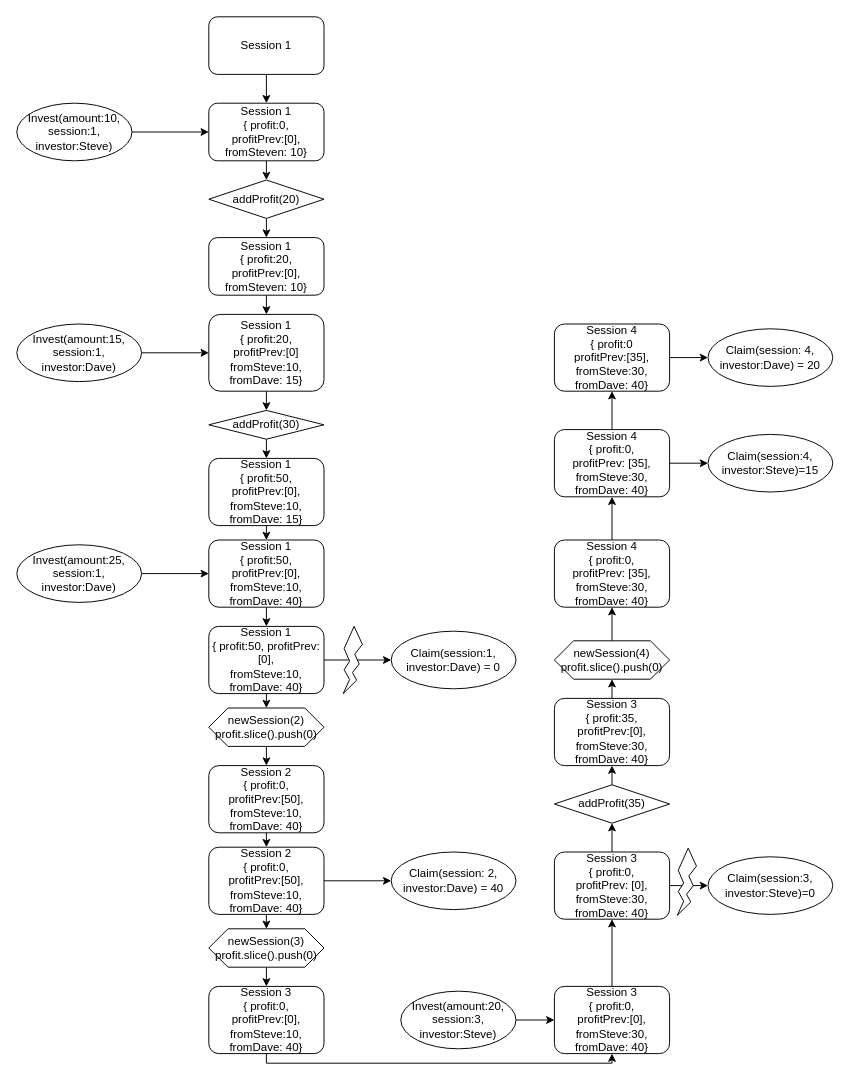
The draw.io diagram page "Test_MaxClaimableSession=2" (3 of 3) of Example1.drawio in ChihHaoChen/thundercoreProfit, before the edit. Source tidied: cells renumbered, new cells numbered last; positions are measured from the earlier drawing's top-left corner, leaving out a move shared by most shapes. Both pictures are drawn from the tidied source at 96%, with x=0, y=0 at pixel (16, 16).
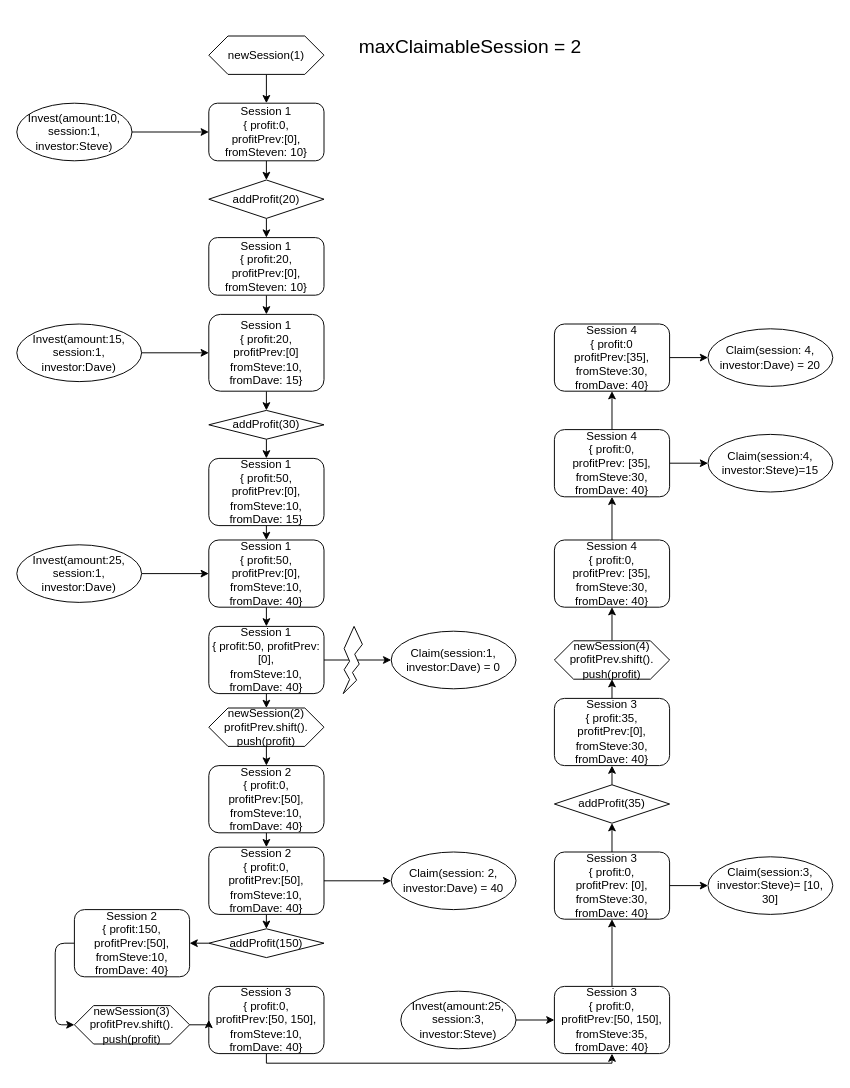
After the change.

Unchanged cells that the change refers to:
```xml
<mxCell id="5" value="&lt;div&gt;Session 1&lt;/div&gt;&lt;div&gt;{ profit:0,&lt;/div&gt;&lt;div&gt;profitPrev:[0],&lt;br&gt;&lt;/div&gt;&lt;div&gt;fromSteven: 10}&lt;br&gt;&lt;/div&gt;" style="rounded=1;whiteSpace=wrap;html=1;" parent="1" vertex="1">
  <mxGeometry x="200" y="90" width="120" height="60" as="geometry" />
</mxCell>
<mxCell id="26" value="&lt;div&gt;Session 1&lt;/div&gt;&lt;div&gt;{ profit:50, profitPrev:[0],&lt;br&gt;&lt;/div&gt;&lt;div&gt;fromSteve:10,&lt;/div&gt;&lt;div&gt;fromDave: 40}&lt;br&gt;&lt;/div&gt;" style="rounded=1;whiteSpace=wrap;html=1;" parent="1" vertex="1">
  <mxGeometry x="200" y="635" width="120" height="70" as="geometry" />
</mxCell>
<mxCell id="30" value="&lt;div&gt;Session 2&lt;br&gt;&lt;/div&gt;&lt;div&gt;{ profit:0,&lt;br&gt;&lt;/div&gt;&lt;div&gt;profitPrev:[50],&lt;/div&gt;&lt;div&gt;fromSteve:10,&lt;/div&gt;&lt;div&gt;fromDave: 40}&lt;br&gt;&lt;/div&gt;" style="rounded=1;whiteSpace=wrap;html=1;" parent="1" vertex="1">
  <mxGeometry x="200" y="780" width="120" height="70" as="geometry" />
</mxCell>
<mxCell id="34" value="&lt;div&gt;Session 2&lt;br&gt;&lt;/div&gt;&lt;div&gt;{ profit:0,&lt;br&gt;&lt;/div&gt;&lt;div&gt;profitPrev:[50],&lt;/div&gt;&lt;div&gt;fromSteve:10,&lt;/div&gt;&lt;div&gt;fromDave: 40}&lt;br&gt;&lt;/div&gt;" style="rounded=1;whiteSpace=wrap;html=1;" parent="1" vertex="1">
  <mxGeometry x="200" y="865" width="120" height="70" as="geometry" />
</mxCell>
<mxCell id="43" value="&lt;div&gt;Session 3&lt;br&gt;&lt;/div&gt;&lt;div&gt;{ profit:0,&lt;br&gt;&lt;/div&gt;&lt;div&gt;profitPrev: [0],&lt;/div&gt;&lt;div&gt;fromSteve:30,&lt;/div&gt;&lt;div&gt;fromDave: 40}&lt;br&gt;&lt;/div&gt;" style="rounded=1;whiteSpace=wrap;html=1;" parent="1" vertex="1">
  <mxGeometry x="560" y="870" width="120" height="70" as="geometry" />
</mxCell>
<mxCell id="49" value="&lt;div&gt;Session 3&lt;br&gt;&lt;/div&gt;&lt;div&gt;{ profit:35,&lt;br&gt;&lt;/div&gt;&lt;div&gt;profitPrev:[0],&lt;/div&gt;&lt;div&gt;fromSteve:30,&lt;/div&gt;&lt;div&gt;fromDave: 40}&lt;br&gt;&lt;/div&gt;" style="rounded=1;whiteSpace=wrap;html=1;" parent="1" vertex="1">
  <mxGeometry x="560" y="710" width="120" height="70" as="geometry" />
</mxCell>
<mxCell id="58" value="&lt;div&gt;Session 4&lt;br&gt;&lt;/div&gt;&lt;div&gt;{ profit:0,&lt;br&gt;&lt;/div&gt;&lt;div&gt;profitPrev: [35],&lt;/div&gt;&lt;div&gt;fromSteve:30,&lt;/div&gt;&lt;div&gt;fromDave: 40}&lt;br&gt;&lt;/div&gt;" style="rounded=1;whiteSpace=wrap;html=1;" parent="1" vertex="1">
  <mxGeometry x="560" y="545" width="120" height="70" as="geometry" />
</mxCell>
```

Diff of the diagram source:
```diff
@@
-    <mxCell id="2" style="edgeStyle=orthogonalEdgeStyle;rounded=0;jettySize=auto;html=1;exitX=0.5;exitY=1;exitDx=0;exitDy=0;entryX=0.5;entryY=0;entryDx=0;entryDy=0;" parent="1" edge="1" source="3" target="5">
-      <mxGeometry relative="1" as="geometry" />
-    </mxCell>
-    <mxCell id="3" value="Session 1" style="rounded=1;whiteSpace=wrap;html=1;" parent="1" vertex="1">
-      <mxGeometry x="200" width="120" height="60" as="geometry" />
-    </mxCell>
@@
-    <mxCell id="25" style="edgeStyle=orthogonalEdgeStyle;rounded=0;jettySize=auto;html=1;exitX=0.5;exitY=1;exitDx=0;exitDy=0;entryX=0.5;entryY=0;entryDx=0;entryDy=0;" parent="1" edge="1" source="26" target="60">
-      <mxGeometry relative="1" as="geometry" />
-    </mxCell>
+    <mxCell id="65" style="edgeStyle=orthogonalEdgeStyle;rounded=0;jettySize=auto;html=1;exitX=0.5;exitY=1;exitDx=0;exitDy=0;entryX=0.5;entryY=0;entryDx=0;entryDy=0;" parent="1" edge="1" source="26" target="77">
+      <mxGeometry relative="1" as="geometry" />
+    </mxCell>
@@
-    <mxCell id="33" style="edgeStyle=orthogonalEdgeStyle;rounded=0;jettySize=auto;html=1;exitX=0.5;exitY=1;exitDx=0;exitDy=0;entryX=0.5;entryY=0;entryDx=0;entryDy=0;" parent="1" edge="1" source="34" target="62">
-      <mxGeometry relative="1" as="geometry" />
-    </mxCell>
+    <mxCell id="66" style="edgeStyle=orthogonalEdgeStyle;rounded=0;jettySize=auto;html=1;exitX=0.5;exitY=1;exitDx=0;exitDy=0;entryX=0.5;entryY=0;entryDx=0;entryDy=0;fontSize=20;" parent="1" edge="1" source="34" target="86">
+      <mxGeometry relative="1" as="geometry" />
+    </mxCell>
@@
-    <mxCell id="35" style="edgeStyle=orthogonalEdgeStyle;rounded=0;jettySize=auto;html=1;exitX=0.5;exitY=1;exitDx=0;exitDy=0;entryX=0.5;entryY=1;entryDx=0;entryDy=0;" parent="1" edge="1" source="36" target="38">
-      <mxGeometry relative="1" as="geometry">
-        <Array as="points">
-          <mxPoint x="260" y="1090" />
-          <mxPoint x="620" y="1090" />
-        </Array>
-      </mxGeometry>
-    </mxCell>
-    <mxCell id="36" value="&lt;div&gt;Session 3&lt;br&gt;&lt;/div&gt;&lt;div&gt;{ profit:0,&lt;br&gt;&lt;/div&gt;&lt;div&gt;profitPrev:[0],&lt;/div&gt;&lt;div&gt;fromSteve:10,&lt;/div&gt;&lt;div&gt;fromDave: 40}&lt;br&gt;&lt;/div&gt;" style="rounded=1;whiteSpace=wrap;html=1;" parent="1" vertex="1">
-      <mxGeometry x="200" y="1010" width="120" height="70" as="geometry" />
-    </mxCell>
-    <mxCell id="37" style="edgeStyle=orthogonalEdgeStyle;rounded=0;jettySize=auto;html=1;exitX=0.5;exitY=0;exitDx=0;exitDy=0;entryX=0.5;entryY=1;entryDx=0;entryDy=0;" parent="1" edge="1" source="38" target="43">
-      <mxGeometry relative="1" as="geometry" />
-    </mxCell>
-    <mxCell id="38" value="&lt;div&gt;Session 3&lt;br&gt;&lt;/div&gt;&lt;div&gt;{ profit:0,&lt;br&gt;&lt;/div&gt;&lt;div&gt;profitPrev:[0],&lt;/div&gt;&lt;div&gt;fromSteve:30,&lt;/div&gt;&lt;div&gt;fromDave: 40}&lt;br&gt;&lt;/div&gt;" style="rounded=1;whiteSpace=wrap;html=1;" parent="1" vertex="1">
-      <mxGeometry x="560" y="1010" width="120" height="70" as="geometry" />
-    </mxCell>
-    <mxCell id="39" style="edgeStyle=orthogonalEdgeStyle;rounded=0;jettySize=auto;html=1;exitX=1;exitY=0.5;exitDx=0;exitDy=0;" parent="1" edge="1" source="40" target="38">
-      <mxGeometry relative="1" as="geometry" />
-    </mxCell>
-    <mxCell id="40" value="Invest(amount:20, session:3, investor:Steve)" style="ellipse;whiteSpace=wrap;html=1;" parent="1" vertex="1">
-      <mxGeometry x="400" y="1015" width="120" height="60" as="geometry" />
-    </mxCell>
-    <mxCell id="41" style="edgeStyle=orthogonalEdgeStyle;rounded=0;jettySize=auto;html=1;exitX=1;exitY=0.5;exitDx=0;exitDy=0;entryX=0;entryY=0.5;entryDx=0;entryDy=0;" parent="1" edge="1" source="43" target="44">
-      <mxGeometry relative="1" as="geometry" />
-    </mxCell>
+    <mxCell id="67" style="edgeStyle=orthogonalEdgeStyle;rounded=0;jettySize=auto;html=1;exitX=0.5;exitY=1;exitDx=0;exitDy=0;entryX=0.5;entryY=1;entryDx=0;entryDy=0;" parent="1" edge="1" source="68" target="70">
+      <mxGeometry relative="1" as="geometry">
+        <Array as="points">
+          <mxPoint x="260" y="1090" />
+          <mxPoint x="620" y="1090" />
+        </Array>
+      </mxGeometry>
+    </mxCell>
+    <mxCell id="68" value="&lt;div&gt;Session 3&lt;br&gt;&lt;/div&gt;&lt;div&gt;{ profit:0,&lt;br&gt;&lt;/div&gt;&lt;div&gt;profitPrev:[50, 150],&lt;/div&gt;&lt;div&gt;fromSteve:10,&lt;/div&gt;&lt;div&gt;fromDave: 40}&lt;br&gt;&lt;/div&gt;" style="rounded=1;whiteSpace=wrap;html=1;" parent="1" vertex="1">
+      <mxGeometry x="200" y="1010" width="120" height="70" as="geometry" />
+    </mxCell>
+    <mxCell id="69" style="edgeStyle=orthogonalEdgeStyle;rounded=0;jettySize=auto;html=1;exitX=0.5;exitY=0;exitDx=0;exitDy=0;entryX=0.5;entryY=1;entryDx=0;entryDy=0;" parent="1" edge="1" source="70" target="43">
+      <mxGeometry relative="1" as="geometry" />
+    </mxCell>
+    <mxCell id="70" value="&lt;div&gt;Session 3&lt;br&gt;&lt;/div&gt;&lt;div&gt;{ profit:0,&lt;br&gt;&lt;/div&gt;&lt;div&gt;profitPrev:[50, 150],&lt;/div&gt;&lt;div&gt;fromSteve:35,&lt;/div&gt;&lt;div&gt;fromDave: 40}&lt;br&gt;&lt;/div&gt;" style="rounded=1;whiteSpace=wrap;html=1;" parent="1" vertex="1">
+      <mxGeometry x="560" y="1010" width="120" height="70" as="geometry" />
+    </mxCell>
+    <mxCell id="71" style="edgeStyle=orthogonalEdgeStyle;rounded=0;jettySize=auto;html=1;exitX=1;exitY=0.5;exitDx=0;exitDy=0;" parent="1" edge="1" source="72" target="70">
+      <mxGeometry relative="1" as="geometry" />
+    </mxCell>
+    <mxCell id="72" value="Invest(amount:25, session:3, investor:Steve)" style="ellipse;whiteSpace=wrap;html=1;" parent="1" vertex="1">
+      <mxGeometry x="400" y="1015" width="120" height="60" as="geometry" />
+    </mxCell>
+    <mxCell id="73" style="edgeStyle=orthogonalEdgeStyle;rounded=0;jettySize=auto;html=1;exitX=1;exitY=0.5;exitDx=0;exitDy=0;entryX=0;entryY=0.5;entryDx=0;entryDy=0;" parent="1" edge="1" source="43" target="74">
+      <mxGeometry relative="1" as="geometry" />
+    </mxCell>
@@
-    <mxCell id="44" value="Claim(session:3, investor:Steve)=0" style="ellipse;whiteSpace=wrap;html=1;" parent="1" vertex="1">
-      <mxGeometry x="720" y="875" width="130" height="60" as="geometry" />
-    </mxCell>
-    <mxCell id="45" style="verticalLabelPosition=bottom;verticalAlign=top;html=1;shape=mxgraph.basic.flash;" parent="1" vertex="1">
-      <mxGeometry x="688" y="866" width="20" height="70" as="geometry" />
-    </mxCell>
+    <mxCell id="74" value="&lt;div&gt;Claim(session:3, investor:Steve)= [10, 30]&lt;br&gt;&lt;/div&gt;" style="ellipse;whiteSpace=wrap;html=1;" parent="1" vertex="1">
+      <mxGeometry x="720" y="875" width="130" height="60" as="geometry" />
+    </mxCell>
@@
-    <mxCell id="48" style="edgeStyle=orthogonalEdgeStyle;rounded=0;jettySize=auto;html=1;exitX=0.5;exitY=0;exitDx=0;exitDy=0;entryX=0.5;entryY=1;entryDx=0;entryDy=0;" parent="1" edge="1" source="49" target="64">
-      <mxGeometry relative="1" as="geometry" />
-    </mxCell>
+    <mxCell id="75" style="edgeStyle=orthogonalEdgeStyle;rounded=0;jettySize=auto;html=1;exitX=0.5;exitY=0;exitDx=0;exitDy=0;entryX=0.5;entryY=1;entryDx=0;entryDy=0;" parent="1" edge="1" source="49" target="81">
+      <mxGeometry relative="1" as="geometry" />
+    </mxCell>
@@
-    <mxCell id="59" style="edgeStyle=orthogonalEdgeStyle;rounded=0;jettySize=auto;html=1;exitX=0.5;exitY=1;exitDx=0;exitDy=0;entryX=0.5;entryY=0;entryDx=0;entryDy=0;" parent="1" edge="1" source="60" target="30">
-      <mxGeometry relative="1" as="geometry" />
-    </mxCell>
-    <mxCell id="60" value="&lt;div&gt;newSession(2)&lt;/div&gt;&lt;div&gt;profit.slice().push(0)&lt;br&gt;&lt;/div&gt;" style="shape=hexagon;perimeter=hexagonPerimeter2;whiteSpace=wrap;html=1;fixedSize=1;" parent="1" vertex="1">
-      <mxGeometry x="200" y="720" width="120" height="40" as="geometry" />
-    </mxCell>
-    <mxCell id="61" style="edgeStyle=orthogonalEdgeStyle;rounded=0;jettySize=auto;html=1;exitX=0.5;exitY=1;exitDx=0;exitDy=0;entryX=0.5;entryY=0;entryDx=0;entryDy=0;" parent="1" edge="1" source="62" target="36">
-      <mxGeometry relative="1" as="geometry" />
-    </mxCell>
-    <mxCell id="62" value="&lt;div&gt;newSession(3)&lt;/div&gt;&lt;div&gt;profit.slice().push(0)&lt;br&gt;&lt;/div&gt;" style="shape=hexagon;perimeter=hexagonPerimeter2;whiteSpace=wrap;html=1;fixedSize=1;" parent="1" vertex="1">
-      <mxGeometry x="200" y="950" width="120" height="40" as="geometry" />
-    </mxCell>
-    <mxCell id="63" style="edgeStyle=orthogonalEdgeStyle;rounded=0;jettySize=auto;html=1;exitX=0.5;exitY=0;exitDx=0;exitDy=0;entryX=0.5;entryY=1;entryDx=0;entryDy=0;" parent="1" edge="1" source="64" target="58">
-      <mxGeometry relative="1" as="geometry" />
-    </mxCell>
-    <mxCell id="64" value="&lt;div&gt;newSession(4)&lt;/div&gt;&lt;div&gt;profit.slice().push(0)&lt;br&gt;&lt;/div&gt;" style="shape=hexagon;perimeter=hexagonPerimeter2;whiteSpace=wrap;html=1;fixedSize=1;" parent="1" vertex="1">
-      <mxGeometry x="560" y="650" width="120" height="40" as="geometry" />
-    </mxCell>
+    <mxCell id="76" style="edgeStyle=orthogonalEdgeStyle;rounded=0;jettySize=auto;html=1;exitX=0.5;exitY=1;exitDx=0;exitDy=0;entryX=0.5;entryY=0;entryDx=0;entryDy=0;" parent="1" edge="1" source="77" target="30">
+      <mxGeometry relative="1" as="geometry" />
+    </mxCell>
+    <mxCell id="77" value="&lt;div&gt;newSession(2)&lt;/div&gt;&lt;div&gt;profitPrev.shift().&lt;/div&gt;&lt;div&gt;push(profit)&lt;br&gt;&lt;/div&gt;" style="shape=hexagon;perimeter=hexagonPerimeter2;whiteSpace=wrap;html=1;fixedSize=1;" parent="1" vertex="1">
+      <mxGeometry x="200" y="720" width="120" height="40" as="geometry" />
+    </mxCell>
+    <mxCell id="78" style="edgeStyle=orthogonalEdgeStyle;rounded=0;jettySize=auto;html=1;exitX=1;exitY=0.5;exitDx=0;exitDy=0;entryX=0;entryY=0.5;entryDx=0;entryDy=0;fontSize=20;" parent="1" edge="1" source="79" target="68">
+      <mxGeometry relative="1" as="geometry" />
+    </mxCell>
+    <mxCell id="79" value="&lt;div&gt;newSession(3)&lt;/div&gt;&lt;div&gt;profitPrev.shift().&lt;/div&gt;&lt;div&gt;push(profit)&lt;br&gt;&lt;/div&gt;" style="shape=hexagon;perimeter=hexagonPerimeter2;whiteSpace=wrap;html=1;fixedSize=1;" parent="1" vertex="1">
+      <mxGeometry x="60" y="1030" width="120" height="40" as="geometry" />
+    </mxCell>
+    <mxCell id="80" style="edgeStyle=orthogonalEdgeStyle;rounded=0;jettySize=auto;html=1;exitX=0.5;exitY=0;exitDx=0;exitDy=0;entryX=0.5;entryY=1;entryDx=0;entryDy=0;" parent="1" edge="1" source="81" target="58">
+      <mxGeometry relative="1" as="geometry" />
+    </mxCell>
+    <mxCell id="81" value="&lt;div&gt;newSession(4)&lt;/div&gt;&lt;div&gt;profitPrev.shift().&lt;/div&gt;&lt;div&gt;push(profit)&lt;br&gt;&lt;/div&gt;" style="shape=hexagon;perimeter=hexagonPerimeter2;whiteSpace=wrap;html=1;fixedSize=1;" parent="1" vertex="1">
+      <mxGeometry x="560" y="650" width="120" height="40" as="geometry" />
+    </mxCell>
+    <mxCell id="82" value="maxClaimableSession = 2" style="text;html=1;strokeColor=none;fillColor=none;align=center;verticalAlign=middle;whiteSpace=wrap;rounded=0;fontSize=20;" parent="1" vertex="1">
+      <mxGeometry x="320" y="20" width="305" height="20" as="geometry" />
+    </mxCell>
+    <mxCell id="83" style="edgeStyle=orthogonalEdgeStyle;rounded=0;jettySize=auto;html=1;exitX=0.5;exitY=1;exitDx=0;exitDy=0;entryX=0.5;entryY=0;entryDx=0;entryDy=0;fontSize=20;" parent="1" edge="1" source="84" target="5">
+      <mxGeometry relative="1" as="geometry" />
+    </mxCell>
+    <mxCell id="84" value="&lt;div&gt;newSession(1)&lt;/div&gt;" style="shape=hexagon;perimeter=hexagonPerimeter2;whiteSpace=wrap;html=1;fixedSize=1;" parent="1" vertex="1">
+      <mxGeometry x="200" y="20" width="120" height="40" as="geometry" />
+    </mxCell>
+    <mxCell id="85" style="edgeStyle=orthogonalEdgeStyle;rounded=1;jettySize=auto;html=1;exitX=0;exitY=0.5;exitDx=0;exitDy=0;entryX=1;entryY=0.5;entryDx=0;entryDy=0;fontSize=20;" parent="1" edge="1" source="86" target="88">
+      <mxGeometry relative="1" as="geometry" />
+    </mxCell>
+    <mxCell id="86" value="addProfit(150)" style="rhombus;whiteSpace=wrap;html=1;" parent="1" vertex="1">
+      <mxGeometry x="200" y="950" width="120" height="30" as="geometry" />
+    </mxCell>
+    <mxCell id="87" style="edgeStyle=orthogonalEdgeStyle;rounded=1;jettySize=auto;html=1;exitX=0;exitY=0.5;exitDx=0;exitDy=0;entryX=0;entryY=0.5;entryDx=0;entryDy=0;fontSize=20;" parent="1" edge="1" source="88" target="79">
+      <mxGeometry relative="1" as="geometry" />
+    </mxCell>
+    <mxCell id="88" value="&lt;div&gt;Session 2&lt;br&gt;&lt;/div&gt;&lt;div&gt;{ profit:150,&lt;br&gt;&lt;/div&gt;&lt;div&gt;profitPrev:[50],&lt;/div&gt;&lt;div&gt;fromSteve:10,&lt;/div&gt;&lt;div&gt;fromDave: 40}&lt;br&gt;&lt;/div&gt;" style="rounded=1;whiteSpace=wrap;html=1;" parent="1" vertex="1">
+      <mxGeometry x="60" y="930" width="120" height="70" as="geometry" />
+    </mxCell>
```
